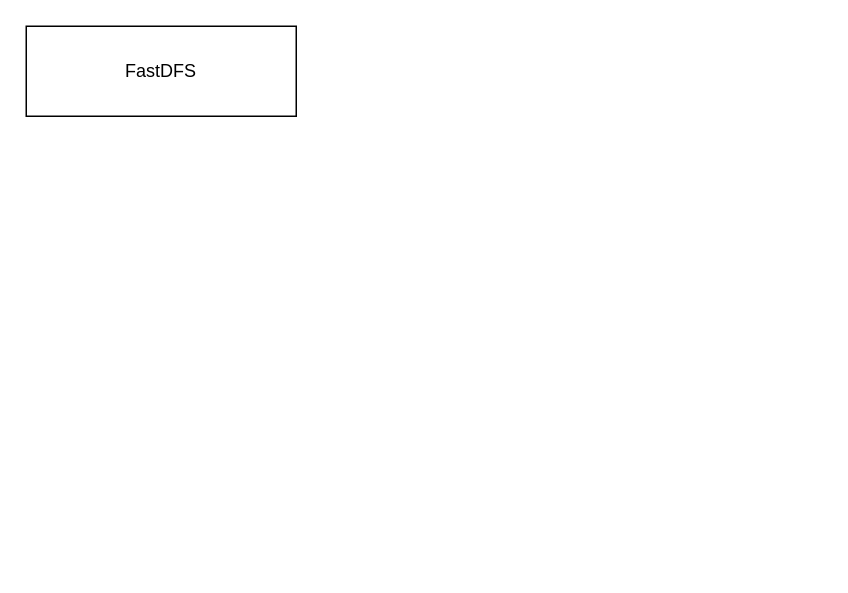
The draw.io diagram tuchuang.drawio in GreenTee-color/Documents, before the edit. Source tidied: cells renumbered, new cells numbered last; positions are measured from the earlier drawing's top-left corner, leaving out a move shared by most shapes. Both pictures are drawn from the tidied source at 150%, with x=0, y=0 at pixel (26, 26).
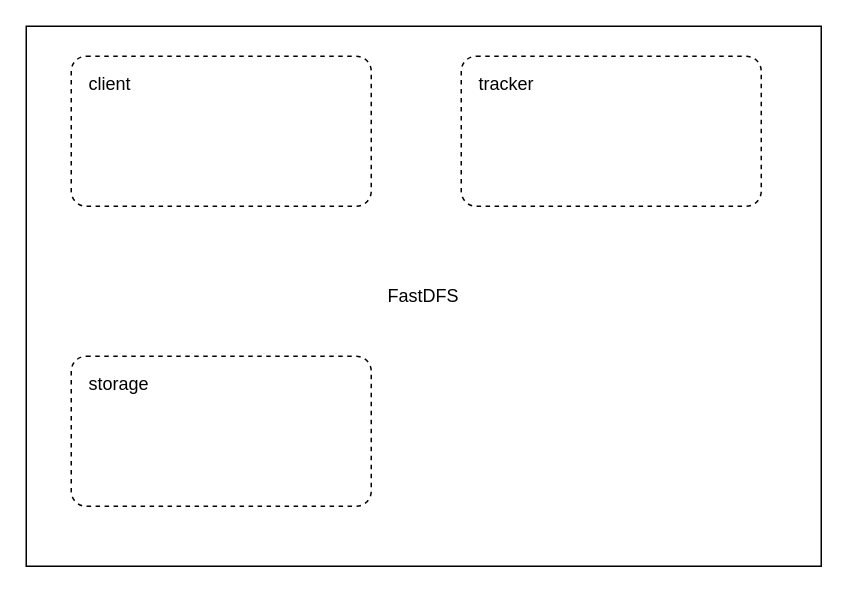
Above is the later version.

Change to the diagram source:
```diff
@@
 <mxGraphModel>
   <root>
     <mxCell id="0" />
     <mxCell id="1" parent="0" />
     <mxCell id="2" value="FastDFS" style="html=1;align=center;verticalAlign=middle;dashed=0;whiteSpace=wrap;" parent="1" vertex="1">
-      <mxGeometry width="180" height="60" as="geometry" />
+      <mxGeometry width="530" height="360" as="geometry" />
     </mxCell>
+    <mxCell id="3" value="client&amp;nbsp;" style="dashed=1;rounded=1;absoluteArcSize=1;arcSize=20;html=1;verticalAlign=top;align=left;spacingTop=5;spacingLeft=10;whiteSpace=wrap;" parent="1" vertex="1">
+      <mxGeometry x="30" y="20" width="200" height="100" as="geometry" />
+    </mxCell>
+    <mxCell id="4" value="tracker" style="dashed=1;rounded=1;absoluteArcSize=1;arcSize=20;html=1;verticalAlign=top;align=left;spacingTop=5;spacingLeft=10;whiteSpace=wrap;" parent="1" vertex="1">
+      <mxGeometry x="290" y="20" width="200" height="100" as="geometry" />
+    </mxCell>
+    <mxCell id="5" value="storage" style="dashed=1;rounded=1;absoluteArcSize=1;arcSize=20;html=1;verticalAlign=top;align=left;spacingTop=5;spacingLeft=10;whiteSpace=wrap;" parent="1" vertex="1">
+      <mxGeometry x="30" y="220" width="200" height="100" as="geometry" />
+    </mxCell>
   </root>
 </mxGraphModel>
```
